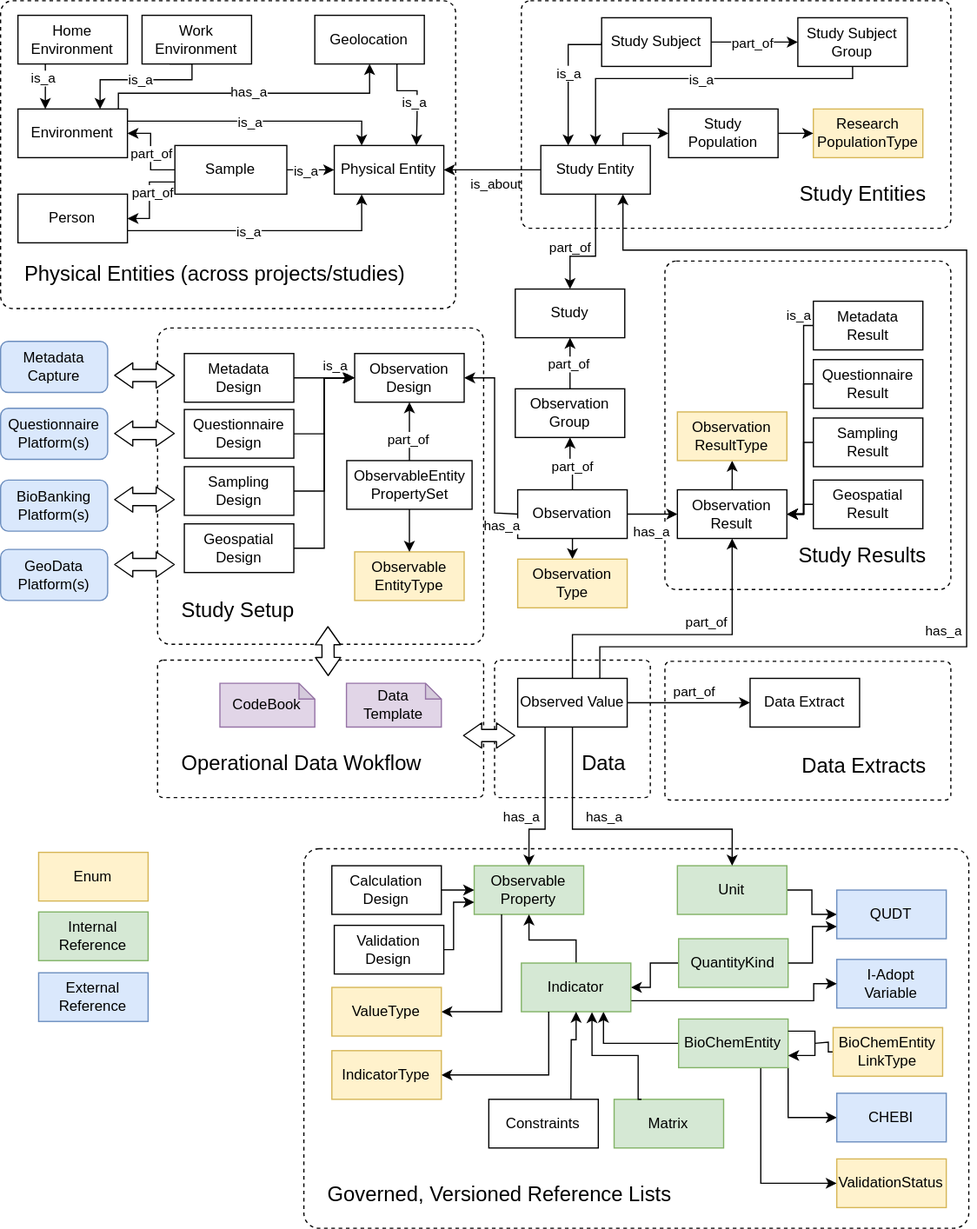
The draw.io diagram diagrams/PEH Entities Overview.svg in GertjanBisschop/parco-hbm, before a commit. Source tidied: cells renumbered, new cells last; positions are measured from the earlier drawing's top-left corner, leaving out a move shared by most shapes.
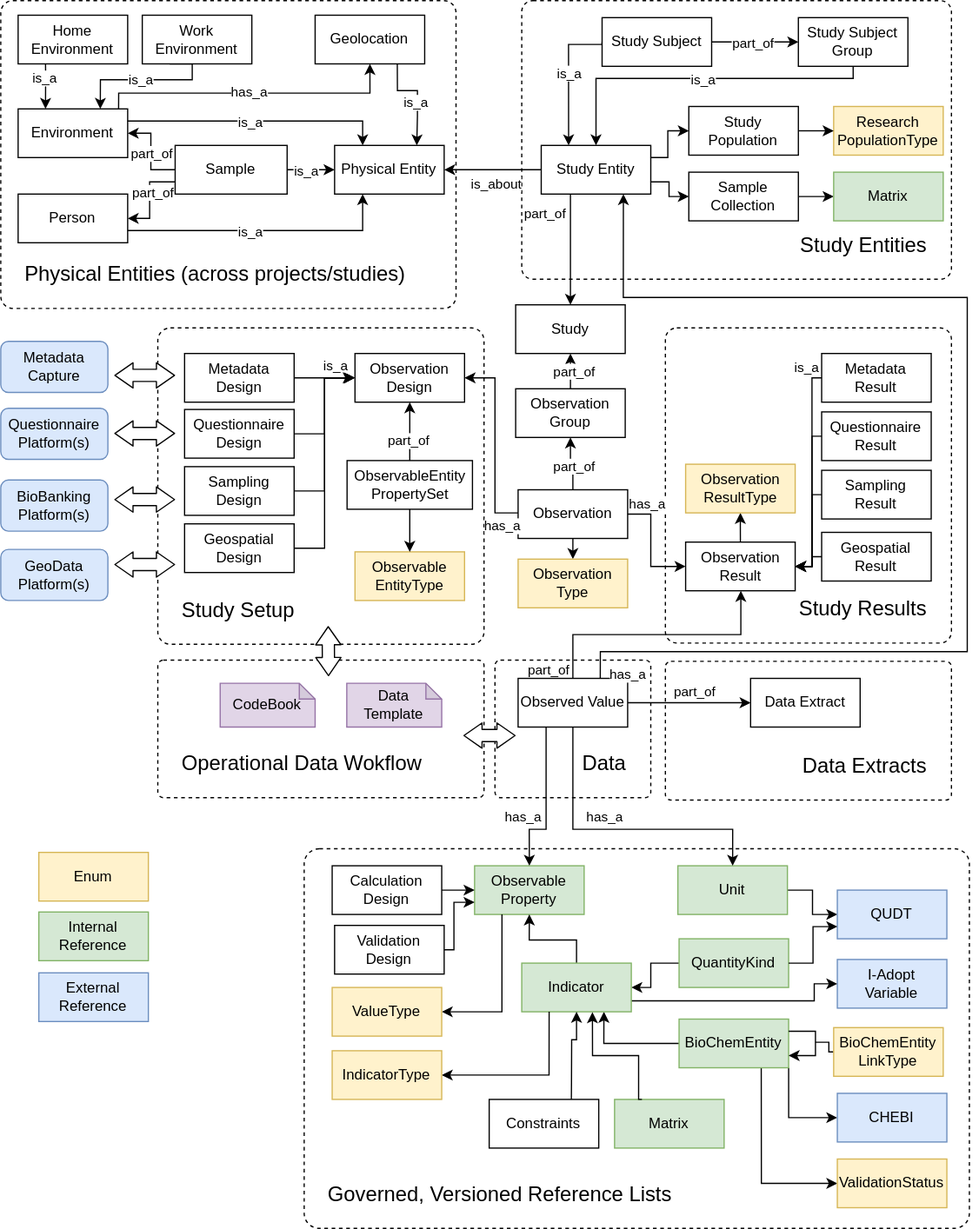
After the change.

Commit message:
Updated Diagram: Added SampleCollection

The edit, as a diff of the source:
```diff
@@ -15,10 +15,10 @@
       <mxGeometry x="546" y="543" width="235" height="114" as="geometry" />
     </mxCell>
     <mxCell id="6" value="&lt;p style=&quot;font-size: 17px&quot;&gt;Study Results&lt;/p&gt;" style="rounded=1;whiteSpace=wrap;html=1;fillColor=none;arcSize=4;dashed=1;align=right;verticalAlign=bottom;spacing=0;labelPosition=center;verticalLabelPosition=middle;spacingLeft=20;spacingRight=20;" parent="1" vertex="1">
-      <mxGeometry x="546" y="214" width="235" height="270" as="geometry" />
+      <mxGeometry x="546" y="269" width="235" height="259" as="geometry" />
     </mxCell>
     <mxCell id="7" value="&lt;p style=&quot;font-size: 17px;&quot;&gt;Study Entities&lt;/p&gt;" style="rounded=1;whiteSpace=wrap;html=1;fillColor=none;arcSize=4;dashed=1;align=right;verticalAlign=bottom;spacing=0;labelPosition=center;verticalLabelPosition=middle;spacingLeft=20;spacingRight=20;" parent="1" vertex="1">
-      <mxGeometry x="428" width="353" height="187" as="geometry" />
+      <mxGeometry x="428" width="353" height="229" as="geometry" />
     </mxCell>
     <mxCell id="8" value="&lt;p style=&quot;font-size: 17px;&quot;&gt;Physical Entities (across projects/studies)&lt;/p&gt;" style="rounded=1;whiteSpace=wrap;html=1;fillColor=none;arcSize=4;dashed=1;align=left;verticalAlign=bottom;spacing=0;labelPosition=center;verticalLabelPosition=middle;spacingLeft=20;" parent="1" vertex="1">
       <mxGeometry width="374" height="253" as="geometry" />
@@ -27,7 +27,7 @@
       <mxGeometry x="249.2" y="697" width="546.5" height="312" as="geometry" />
     </mxCell>
     <mxCell id="10" value="Study" style="rounded=0;whiteSpace=wrap;html=1;" parent="1" vertex="1">
-      <mxGeometry x="423" y="237" width="90" height="40" as="geometry" />
+      <mxGeometry x="423" y="250" width="90" height="40" as="geometry" />
     </mxCell>
     <mxCell id="11" style="edgeStyle=orthogonalEdgeStyle;rounded=0;jettySize=auto;html=1;entryX=0.5;entryY=1;entryDx=0;entryDy=0;" parent="1" edge="1" source="13" target="10">
       <mxGeometry relative="1" as="geometry" />
@@ -109,7 +109,7 @@
       <mxGeometry x="14.2" y="159" width="90" height="40" as="geometry" />
     </mxCell>
     <mxCell id="28" value="Metadata&lt;br&gt;Result" style="rounded=0;whiteSpace=wrap;html=1;" parent="1" vertex="1">
-      <mxGeometry x="668" y="247" width="90" height="40" as="geometry" />
+      <mxGeometry x="674.4" y="290" width="90" height="40" as="geometry" />
     </mxCell>
     <mxCell id="29" style="edgeStyle=orthogonalEdgeStyle;rounded=0;jettySize=auto;html=1;entryX=0;entryY=0.5;entryDx=0;entryDy=0;startArrow=none;startFill=0;endArrow=classic;endFill=1;" parent="1" edge="1" source="30" target="84">
       <mxGeometry relative="1" as="geometry" />
@@ -148,13 +148,13 @@
     <mxCell id="38" style="edgeStyle=orthogonalEdgeStyle;rounded=0;jettySize=auto;html=1;entryX=1;entryY=0.5;entryDx=0;entryDy=0;startArrow=none;startFill=0;endArrow=classic;endFill=1;fillColor=#ffffff;" parent="1" edge="1" source="39" target="87">
       <mxGeometry relative="1" as="geometry">
         <Array as="points">
-          <mxPoint x="660" y="363" />
-          <mxPoint x="660" y="422" />
+          <mxPoint x="666.4" y="406" />
+          <mxPoint x="666.4" y="465" />
         </Array>
       </mxGeometry>
     </mxCell>
     <mxCell id="39" value="Sampling&lt;br&gt;Result" style="rounded=0;whiteSpace=wrap;html=1;" parent="1" vertex="1">
-      <mxGeometry x="668" y="343" width="90" height="40" as="geometry" />
+      <mxGeometry x="674.4" y="386" width="90" height="40" as="geometry" />
     </mxCell>
     <mxCell id="40" value="Sampling&lt;br&gt;Design" style="rounded=0;whiteSpace=wrap;html=1;" parent="1" vertex="1">
       <mxGeometry x="151" y="383" width="90" height="40" as="geometry" />
@@ -165,8 +165,8 @@
     <mxCell id="42" style="edgeStyle=orthogonalEdgeStyle;rounded=0;jettySize=auto;html=1;entryX=1;entryY=0.5;entryDx=0;entryDy=0;exitX=0;exitY=0.5;exitDx=0;exitDy=0;" parent="1" edge="1" source="28" target="87">
       <mxGeometry relative="1" as="geometry">
         <Array as="points">
-          <mxPoint x="660" y="267" />
-          <mxPoint x="660" y="422" />
+          <mxPoint x="666.4" y="310" />
+          <mxPoint x="666.4" y="465" />
         </Array>
       </mxGeometry>
     </mxCell>
@@ -178,13 +178,13 @@
     <mxCell id="44" style="edgeStyle=orthogonalEdgeStyle;rounded=0;jettySize=auto;html=1;entryX=1;entryY=0.5;entryDx=0;entryDy=0;startArrow=none;startFill=0;endArrow=classic;endFill=1;fillColor=#ffffff;" parent="1" edge="1" source="45" target="87">
       <mxGeometry relative="1" as="geometry">
         <Array as="points">
-          <mxPoint x="660" y="315" />
-          <mxPoint x="660" y="422" />
+          <mxPoint x="666.4" y="358" />
+          <mxPoint x="666.4" y="465" />
         </Array>
       </mxGeometry>
     </mxCell>
     <mxCell id="45" value="Questionnaire Result" style="rounded=0;whiteSpace=wrap;html=1;" parent="1" vertex="1">
-      <mxGeometry x="668" y="295" width="90" height="40" as="geometry" />
+      <mxGeometry x="674.4" y="338" width="90" height="40" as="geometry" />
     </mxCell>
     <mxCell id="46" style="edgeStyle=orthogonalEdgeStyle;rounded=0;jettySize=auto;html=1;entryX=0;entryY=0.5;entryDx=0;entryDy=0;exitX=1;exitY=0.5;exitDx=0;exitDy=0;" parent="1" edge="1" source="40" target="84">
       <mxGeometry relative="1" as="geometry" />
@@ -282,13 +282,14 @@
       <mxGeometry relative="1" as="geometry">
         <Array as="points">
           <mxPoint x="470" y="521" />
-          <mxPoint x="601" y="521" />
+          <mxPoint x="608" y="521" />
+          <mxPoint x="608" y="485" />
         </Array>
       </mxGeometry>
     </mxCell>
     <mxCell id="67" value="part_of" style="edgeLabel;html=1;align=center;verticalAlign=middle;" parent="66" vertex="1">
       <mxGeometry y="5" relative="1" as="geometry">
-        <mxPoint x="22" y="-6" as="offset" />
+        <mxPoint x="-90" y="33" as="offset" />
       </mxGeometry>
     </mxCell>
     <mxCell id="68" value="Observed Value" style="rounded=0;whiteSpace=wrap;html=1;" parent="1" vertex="1">
@@ -325,17 +326,16 @@
     <mxCell id="74" value="CHEBI" style="rounded=0;whiteSpace=wrap;html=1;fillColor=#dae8fc;strokeColor=#6c8ebf;" parent="1" vertex="1">
       <mxGeometry x="687.2" y="898" width="90" height="40" as="geometry" />
     </mxCell>
-    <mxCell id="75" style="edgeStyle=orthogonalEdgeStyle;rounded=0;jettySize=auto;html=1;exitX=0.5;exitY=1;exitDx=0;exitDy=0;" parent="1" edge="1" source="80" target="10">
+    <mxCell id="75" style="edgeStyle=orthogonalEdgeStyle;rounded=0;jettySize=auto;html=1;exitX=0.25;exitY=1;exitDx=0;exitDy=0;" parent="1" edge="1" source="80" target="10">
       <mxGeometry relative="1" as="geometry">
         <Array as="points">
-          <mxPoint x="489" y="210" />
-          <mxPoint x="468" y="210" />
+          <mxPoint x="468" y="159" />
         </Array>
       </mxGeometry>
     </mxCell>
     <mxCell id="76" value="part_of" style="edgeLabel;html=1;align=center;verticalAlign=middle;" parent="75" vertex="1">
       <mxGeometry x="0.03" relative="1" as="geometry">
-        <mxPoint x="-21.1" y="-8" as="offset" />
+        <mxPoint x="-22" y="-30" as="offset" />
       </mxGeometry>
     </mxCell>
     <mxCell id="77" style="edgeStyle=orthogonalEdgeStyle;rounded=0;jettySize=auto;html=1;entryX=0;entryY=0.5;entryDx=0;entryDy=0;exitX=1;exitY=0.5;exitDx=0;exitDy=0;" parent="1" edge="1" source="56" target="21">
@@ -346,13 +346,22 @@
         <mxPoint x="-4" y="1" as="offset" />
       </mxGeometry>
     </mxCell>
-    <mxCell id="79" style="edgeStyle=orthogonalEdgeStyle;rounded=0;jettySize=auto;html=1;exitX=0.75;exitY=0;exitDx=0;exitDy=0;entryX=0;entryY=0.5;entryDx=0;entryDy=0;" parent="1" edge="1" source="80" target="132">
+    <mxCell id="79" style="edgeStyle=orthogonalEdgeStyle;rounded=0;jettySize=auto;html=1;exitX=1;exitY=0.25;exitDx=0;exitDy=0;entryX=0;entryY=0.5;entryDx=0;entryDy=0;" parent="1" edge="1" source="80" target="132">
       <mxGeometry relative="1" as="geometry">
         <Array as="points">
-          <mxPoint x="512" y="109" />
+          <mxPoint x="548" y="129" />
+          <mxPoint x="548" y="107" />
         </Array>
       </mxGeometry>
     </mxCell>
+    <mxCell id="151" style="edgeStyle=orthogonalEdgeStyle;rounded=0;jettySize=auto;html=1;entryX=0;entryY=0.5;entryDx=0;entryDy=0;exitX=1;exitY=0.75;exitDx=0;exitDy=0;" parent="1" edge="1" source="80" target="153">
+      <mxGeometry relative="1" as="geometry">
+        <Array as="points">
+          <mxPoint x="549" y="149" />
+          <mxPoint x="549" y="161" />
+        </Array>
+      </mxGeometry>
+    </mxCell>
     <mxCell id="80" value="Study Entity" style="rounded=0;whiteSpace=wrap;html=1;" parent="1" vertex="1">
       <mxGeometry x="444" y="119" width="90" height="40" as="geometry" />
     </mxCell>
@@ -379,18 +388,18 @@
     <mxCell id="85" style="edgeStyle=orthogonalEdgeStyle;rounded=0;jettySize=auto;html=1;entryX=1;entryY=0.5;entryDx=0;entryDy=0;startArrow=classic;startFill=1;endArrow=none;endFill=0;exitX=0;exitY=0.5;exitDx=0;exitDy=0;" parent="1" edge="1" source="87" target="37">
       <mxGeometry relative="1" as="geometry">
         <Array as="points">
-          <mxPoint x="532" y="422" />
-          <mxPoint x="532" y="422" />
+          <mxPoint x="534" y="465" />
+          <mxPoint x="534" y="422" />
         </Array>
       </mxGeometry>
     </mxCell>
     <mxCell id="86" value="has_a" style="edgeLabel;html=1;align=center;verticalAlign=middle;" parent="85" vertex="1">
       <mxGeometry x="-0.36" relative="1" as="geometry">
-        <mxPoint x="-8.9" y="14" as="offset" />
+        <mxPoint x="-4" y="-52" as="offset" />
       </mxGeometry>
     </mxCell>
     <mxCell id="87" value="Observation Result" style="rounded=0;whiteSpace=wrap;html=1;" parent="1" vertex="1">
-      <mxGeometry x="556.2" y="402" width="90" height="40" as="geometry" />
+      <mxGeometry x="562.6" y="445" width="90" height="40" as="geometry" />
     </mxCell>
     <mxCell id="88" value="QUDT" style="rounded=0;whiteSpace=wrap;html=1;fillColor=#dae8fc;strokeColor=#6c8ebf;" parent="1" vertex="1">
       <mxGeometry x="687.2" y="731" width="90" height="40" as="geometry" />
@@ -424,13 +433,13 @@
     <mxCell id="95" style="edgeStyle=orthogonalEdgeStyle;rounded=0;jettySize=auto;html=1;entryX=1;entryY=0.5;entryDx=0;entryDy=0;startArrow=none;startFill=0;endArrow=classic;endFill=1;fillColor=#ffffff;" parent="1" edge="1" source="96" target="87">
       <mxGeometry relative="1" as="geometry">
         <Array as="points">
-          <mxPoint x="660" y="414" />
-          <mxPoint x="660" y="422" />
+          <mxPoint x="666.4" y="457" />
+          <mxPoint x="666.4" y="465" />
         </Array>
       </mxGeometry>
     </mxCell>
     <mxCell id="96" value="Geospatial Result" style="rounded=0;whiteSpace=wrap;html=1;" parent="1" vertex="1">
-      <mxGeometry x="668" y="394" width="90" height="40" as="geometry" />
+      <mxGeometry x="674.4" y="437" width="90" height="40" as="geometry" />
     </mxCell>
     <mxCell id="97" style="edgeStyle=orthogonalEdgeStyle;rounded=0;jettySize=auto;html=1;entryX=0;entryY=0.75;entryDx=0;entryDy=0;" parent="1" edge="1" source="59" target="88">
       <mxGeometry relative="1" as="geometry" />
@@ -481,16 +490,16 @@
     <mxCell id="107" style="edgeStyle=orthogonalEdgeStyle;rounded=0;jettySize=auto;html=1;entryX=0.75;entryY=1;entryDx=0;entryDy=0;exitX=0.75;exitY=0;exitDx=0;exitDy=0;jumpStyle=arc;" parent="1" edge="1" source="68" target="80">
       <mxGeometry relative="1" as="geometry">
         <Array as="points">
-          <mxPoint x="493" y="531" />
-          <mxPoint x="794" y="531" />
-          <mxPoint x="794" y="205" />
-          <mxPoint x="512" y="205" />
+          <mxPoint x="493" y="535" />
+          <mxPoint x="794" y="535" />
+          <mxPoint x="794" y="244" />
+          <mxPoint x="512" y="244" />
         </Array>
       </mxGeometry>
     </mxCell>
     <mxCell id="108" value="has_a" style="edgeLabel;html=1;align=center;verticalAlign=middle;" parent="107" vertex="1">
       <mxGeometry x="-0.61" y="1" relative="1" as="geometry">
-        <mxPoint x="117" y="-13" as="offset" />
+        <mxPoint x="-148" y="19" as="offset" />
       </mxGeometry>
     </mxCell>
     <mxCell id="109" style="edgeStyle=orthogonalEdgeStyle;rounded=0;jettySize=auto;html=1;exitX=0.5;exitY=0;exitDx=0;exitDy=0;" parent="1" edge="1" source="111" target="84">
@@ -540,13 +549,13 @@
     <mxCell id="120" style="edgeStyle=orthogonalEdgeStyle;rounded=0;jettySize=auto;html=1;entryX=0.5;entryY=0;entryDx=0;entryDy=0;startArrow=classic;startFill=1;endArrow=none;endFill=0;exitX=0.5;exitY=1;exitDx=0;exitDy=0;" parent="1" edge="1" source="121" target="87">
       <mxGeometry relative="1" as="geometry">
         <Array as="points">
-          <mxPoint x="601" y="389" />
-          <mxPoint x="601" y="389" />
+          <mxPoint x="607.4" y="432" />
+          <mxPoint x="607.4" y="432" />
         </Array>
       </mxGeometry>
     </mxCell>
     <mxCell id="121" value="Observation&lt;div&gt;&lt;span style=&quot;background-color: initial;&quot;&gt;ResultType&lt;/span&gt;&lt;/div&gt;" style="rounded=0;whiteSpace=wrap;html=1;fillColor=#fff2cc;strokeColor=#d6b656;" parent="1" vertex="1">
-      <mxGeometry x="556.2" y="338" width="90" height="40" as="geometry" />
+      <mxGeometry x="562.6" y="381" width="90" height="40" as="geometry" />
     </mxCell>
     <mxCell id="122" style="edgeStyle=orthogonalEdgeStyle;rounded=0;jettySize=auto;html=1;entryX=0.5;entryY=1;entryDx=0;entryDy=0;startArrow=classic;startFill=1;endArrow=none;endFill=0;exitX=0.5;exitY=0;exitDx=0;exitDy=0;" parent="1" edge="1" source="123" target="37">
       <mxGeometry relative="1" as="geometry">
@@ -560,7 +569,7 @@
       <mxGeometry x="425" y="459" width="90" height="40" as="geometry" />
     </mxCell>
     <mxCell id="124" value="Research&lt;div&gt;PopulationType&lt;/div&gt;" style="rounded=0;whiteSpace=wrap;html=1;fillColor=#fff2cc;strokeColor=#d6b656;" parent="1" vertex="1">
-      <mxGeometry x="668" y="89" width="90" height="40" as="geometry" />
+      <mxGeometry x="684.2" y="87" width="90" height="40" as="geometry" />
     </mxCell>
     <mxCell id="125" style="edgeStyle=orthogonalEdgeStyle;rounded=0;jettySize=auto;html=1;exitX=1;exitY=0.5;exitDx=0;exitDy=0;entryX=0.25;entryY=1;entryDx=0;entryDy=0;startArrow=classic;startFill=1;endArrow=none;endFill=0;" parent="1" edge="1" source="126" target="65">
       <mxGeometry relative="1" as="geometry" />
@@ -595,7 +604,7 @@
       <mxGeometry relative="1" as="geometry" />
     </mxCell>
     <mxCell id="132" value="Study Population" style="rounded=0;whiteSpace=wrap;html=1;" parent="1" vertex="1">
-      <mxGeometry x="549" y="89" width="90" height="40" as="geometry" />
+      <mxGeometry x="565.2" y="87" width="90" height="40" as="geometry" />
     </mxCell>
     <mxCell id="133" value="Observable&lt;div&gt;EntityType&lt;/div&gt;" style="rounded=0;whiteSpace=wrap;html=1;fillColor=#fff2cc;strokeColor=#d6b656;" parent="1" vertex="1">
       <mxGeometry x="291" y="453" width="90" height="40" as="geometry" />
@@ -686,5 +695,14 @@
         <mxPoint x="269.2" y="555.2" as="targetPoint" />
       </mxGeometry>
     </mxCell>
+    <mxCell id="152" style="edgeStyle=orthogonalEdgeStyle;rounded=0;jettySize=auto;html=1;entryX=0;entryY=0.5;entryDx=0;entryDy=0;" parent="1" edge="1" source="153" target="154">
+      <mxGeometry relative="1" as="geometry" />
+    </mxCell>
+    <mxCell id="153" value="Sample&lt;div&gt;Collection&lt;/div&gt;" style="rounded=0;whiteSpace=wrap;html=1;" parent="1" vertex="1">
+      <mxGeometry x="565.2" y="141" width="90" height="40" as="geometry" />
+    </mxCell>
+    <mxCell id="154" value="&lt;div&gt;Matrix&lt;/div&gt;" style="rounded=0;whiteSpace=wrap;html=1;fillColor=#d5e8d4;strokeColor=#82b366;" parent="1" vertex="1">
+      <mxGeometry x="684.2" y="141" width="90" height="40" as="geometry" />
+    </mxCell>
   </root>
 </mxGraphModel>
```
